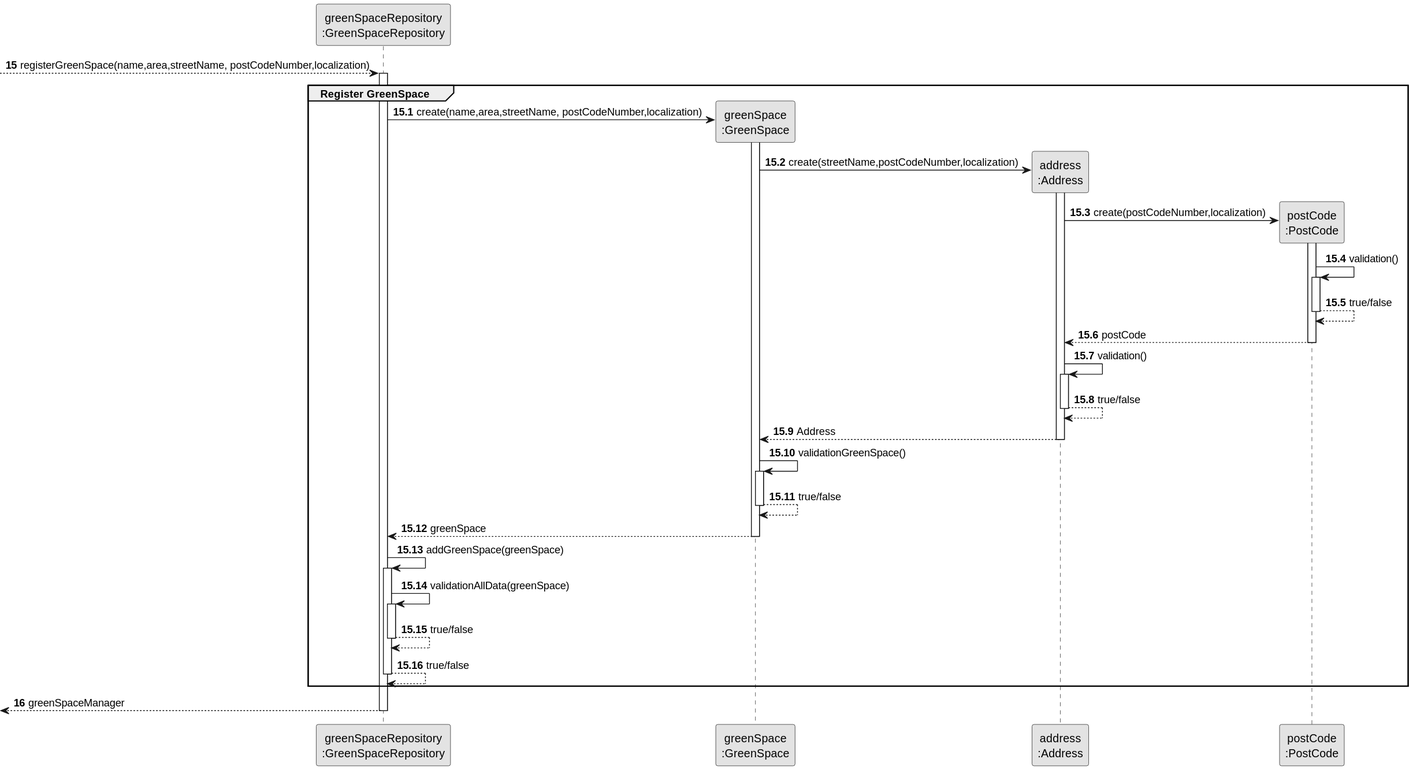
Departamento-de-Engenharia-Informatica/lei-24-s2-1db-g022 keeps this PlantUML diagram as docs/sprint3/us20/03.design/svg/us20-partial-sequence-diagram-register-greenSpace.svg. Above is the earlier version. Source of this version:
```plantuml
@startuml
skinparam monochrome true
skinparam packageStyle rectangle
skinparam shadowing false

participant "greenSpaceRepository\n:GreenSpaceRepository" as GSR
participant "greenSpace\n:GreenSpace" as GREENSPACE
participant "address\n:Address" as ADDRESS
participant "postCode\n:PostCode" as PSTCODE

autonumber 15

--> GSR :  registerGreenSpace(name,area,streetName, postCodeNumber,localization)

autonumber 15.1

activate GSR

group Register GreenSpace

GSR -> GREENSPACE** : create(name,area,streetName, postCodeNumber,localization)
activate GREENSPACE

GREENSPACE -> ADDRESS**  : create(streetName,postCodeNumber,localization)

activate ADDRESS

ADDRESS -> PSTCODE** : create(postCodeNumber,localization)

activate PSTCODE

PSTCODE -> PSTCODE : validation()

activate PSTCODE

PSTCODE --> PSTCODE : true/false

deactivate PSTCODE

PSTCODE --> ADDRESS : postCode

deactivate PSTCODE

ADDRESS -> ADDRESS : validation()

activate ADDRESS
ADDRESS --> ADDRESS : true/false

deactivate ADDRESS

ADDRESS --> GREENSPACE : Address
deactivate ADDRESS

GREENSPACE -> GREENSPACE : validationGreenSpace()

activate GREENSPACE

GREENSPACE --> GREENSPACE : true/false

deactivate GREENSPACE

GREENSPACE -->  GSR : greenSpace
deactivate GREENSPACE

GSR-> GSR : addGreenSpace(greenSpace)

activate GSR

GSR -> GSR :  validationAllData(greenSpace)

activate GSR

GSR --> GSR : true/false
deactivate GSR

GSR --> GSR : true/false
deactivate GSR

end

autonumber 16

<--GSR : greenSpaceManager

deactivate GSR
@enduml
```
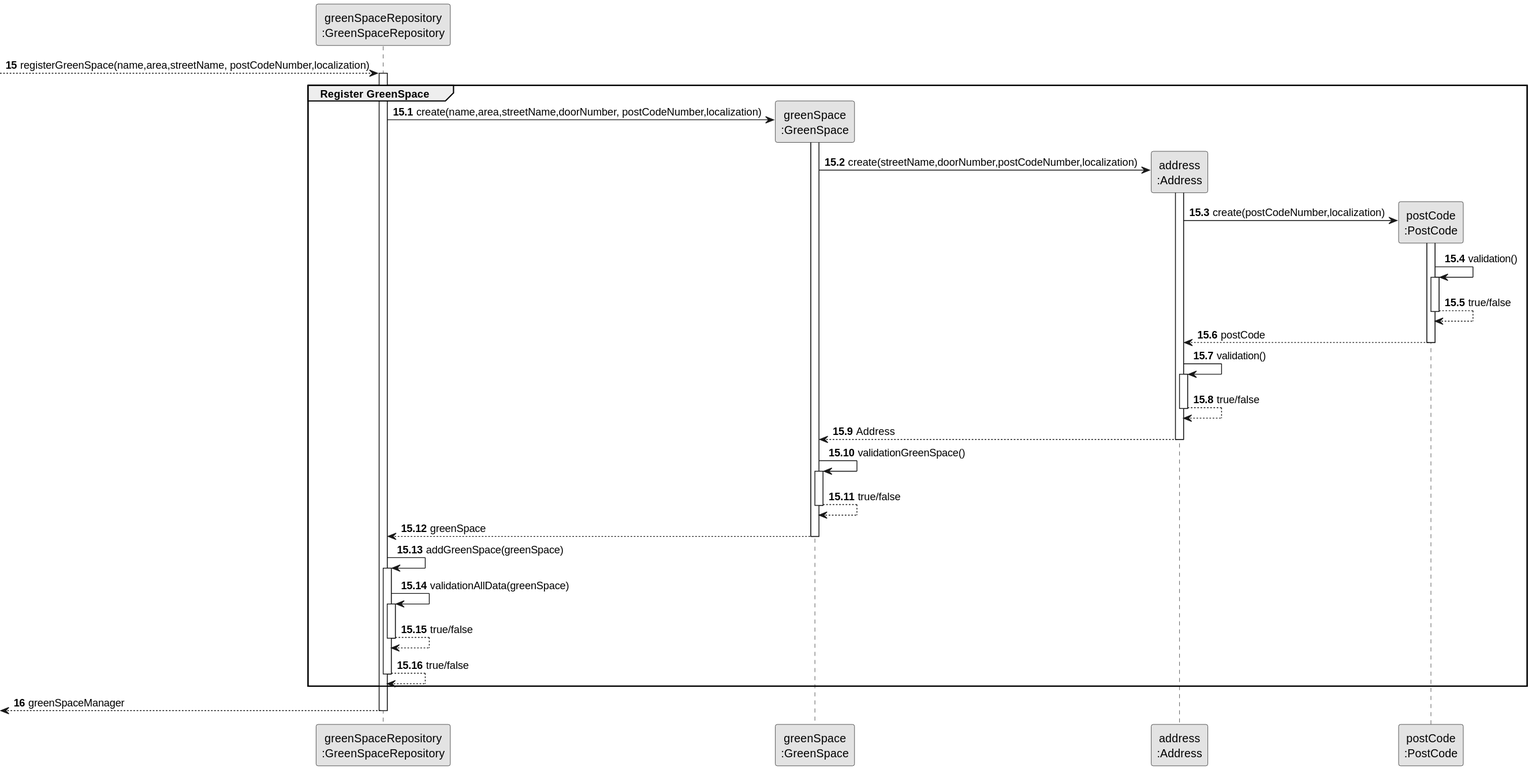
Above is the later version.

Change to the diagram source:
```diff
@@ -18,10 +18,10 @@
 
 group Register GreenSpace
 
-GSR -> GREENSPACE** : create(name,area,streetName, postCodeNumber,localization)
+GSR -> GREENSPACE** : create(name,area,streetName,doorNumber, postCodeNumber,localization)
 activate GREENSPACE
 
-GREENSPACE -> ADDRESS**  : create(streetName,postCodeNumber,localization)
+GREENSPACE -> ADDRESS**  : create(streetName,doorNumber,postCodeNumber,localization)
 
 activate ADDRESS
 
```
